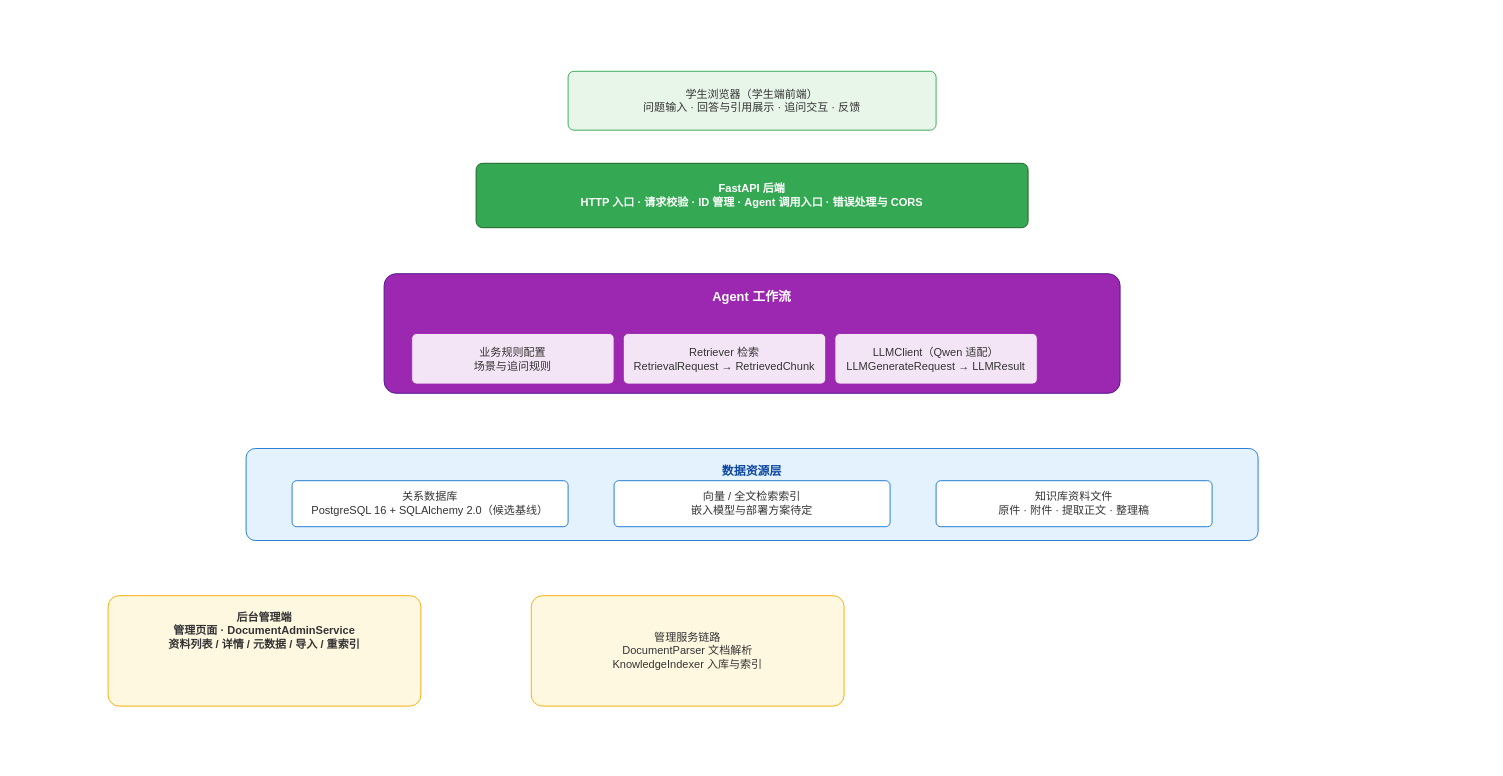
Above: docs/assignment-03/alpha/architecture/目标系统架构图_林世颖.drawio in yz-Yezi-Genm/CodeMind-FZU (draw.io), before the change. Source tidied: cells renumbered, new cells numbered last; positions are measured from the earlier drawing's top-left corner, leaving out a move shared by most shapes. Both pictures are drawn from the tidied source at 92%, with x=0, y=0 at pixel (108, 71).
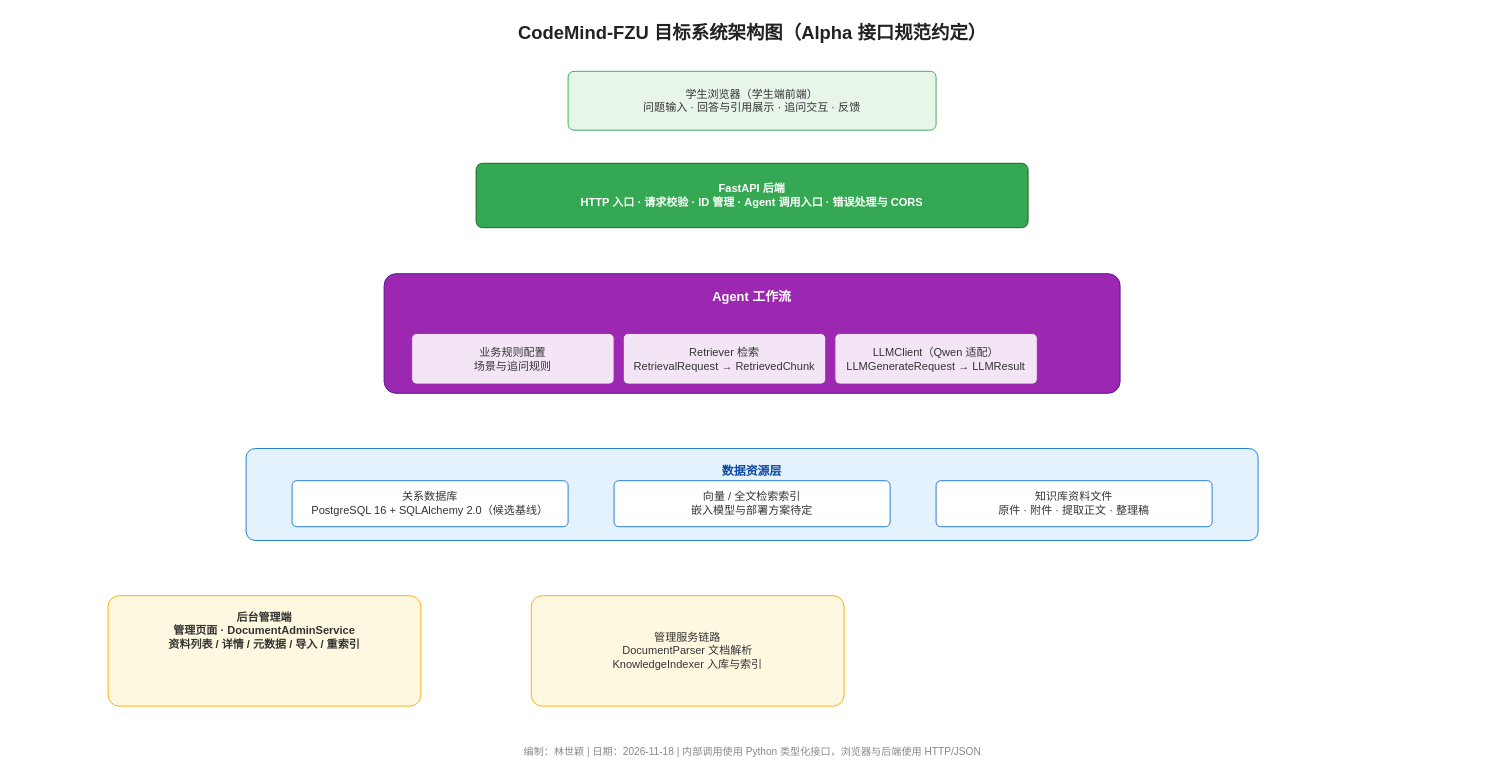
Above is the later version.

Commit message:
docs(alpha): 更新目标系统架构图源文件（林世颖）

What changed in the source:
```diff
@@
 <mxGraphModel>
   <root>
     <mxCell id="0" />
     <mxCell id="1" parent="0" />
+    <mxCell id="19" value="CodeMind-FZU 目标系统架构图（Alpha 接口规范约定）" style="text;html=1;align=center;verticalAlign=middle;fontSize=20;fontStyle=1;fontColor=#222222;" parent="1" vertex="1">
+      <mxGeometry x="-100" y="-60" width="1600" height="34" as="geometry" />
+    </mxCell>
     <mxCell id="2" value="学生浏览器（学生端前端）&#10;问题输入 · 回答与引用展示 · 追问交互 · 反馈" style="rounded=1;whiteSpace=wrap;html=1;arcSize=10;fillColor=#e8f5e9;strokeColor=#34a853;fontColor=#333333;fontSize=12;" parent="1" vertex="1">
       <mxGeometry x="500" width="400" height="64" as="geometry" />
     </mxCell>
     <mxCell id="3" value="FastAPI 后端&#10;HTTP 入口 · 请求校验 · ID 管理 · Agent 调用入口 · 错误处理与 CORS" style="rounded=1;whiteSpace=wrap;html=1;arcSize=10;fillColor=#34a853;strokeColor=#1b5e20;fontColor=#ffffff;fontSize=12;fontStyle=1;" parent="1" vertex="1">
       <mxGeometry x="400" y="100" width="600" height="70" as="geometry" />
     </mxCell>
     <mxCell id="4" value="Agent 工作流" style="rounded=1;whiteSpace=wrap;html=1;arcSize=10;fillColor=#9c27b0;strokeColor=#4a148c;fontColor=#ffffff;fontSize=14;fontStyle=1;verticalAlign=top;spacingTop=10;" parent="1" vertex="1">
       <mxGeometry x="300" y="220" width="800" height="130" as="geometry" />
     </mxCell>
     <mxCell id="5" value="业务规则配置&#10;场景与追问规则" style="rounded=1;whiteSpace=wrap;html=1;arcSize=10;fillColor=#f3e5f5;strokeColor=#9c27b0;fontColor=#333333;fontSize=12;" parent="1" vertex="1">
       <mxGeometry x="330" y="285" width="220" height="55" as="geometry" />
     </mxCell>
     <mxCell id="6" value="Retriever 检索&#10;RetrievalRequest → RetrievedChunk" style="rounded=1;whiteSpace=wrap;html=1;arcSize=10;fillColor=#f3e5f5;strokeColor=#9c27b0;fontColor=#333333;fontSize=12;" parent="1" vertex="1">
       <mxGeometry x="560" y="285" width="220" height="55" as="geometry" />
     </mxCell>
     <mxCell id="7" value="LLMClient（Qwen 适配）&#10;LLMGenerateRequest → LLMResult" style="rounded=1;whiteSpace=wrap;html=1;arcSize=10;fillColor=#f3e5f5;strokeColor=#9c27b0;fontColor=#333333;fontSize=12;" parent="1" vertex="1">
       <mxGeometry x="790" y="285" width="220" height="55" as="geometry" />
     </mxCell>
     <mxCell id="8" value="数据资源层" style="rounded=1;whiteSpace=wrap;html=1;arcSize=10;fillColor=#e3f2fd;strokeColor=#1976d2;fontColor=#0d47a1;fontSize=13;fontStyle=1;verticalAlign=top;spacingTop=10;" parent="1" vertex="1">
       <mxGeometry x="150" y="410" width="1100" height="100" as="geometry" />
     </mxCell>
     <mxCell id="9" value="关系数据库&#10;PostgreSQL 16 + SQLAlchemy 2.0（候选基线）" style="rounded=1;whiteSpace=wrap;html=1;arcSize=10;fillColor=#ffffff;strokeColor=#1976d2;fontColor=#333333;fontSize=12;" parent="1" vertex="1">
       <mxGeometry x="200" y="445" width="300" height="50" as="geometry" />
     </mxCell>
     <mxCell id="10" value="向量 / 全文检索索引&#10;嵌入模型与部署方案待定" style="rounded=1;whiteSpace=wrap;html=1;arcSize=10;fillColor=#ffffff;strokeColor=#1976d2;fontColor=#333333;fontSize=12;" parent="1" vertex="1">
       <mxGeometry x="550" y="445" width="300" height="50" as="geometry" />
     </mxCell>
     <mxCell id="11" value="知识库资料文件&#10;原件 · 附件 · 提取正文 · 整理稿" style="rounded=1;whiteSpace=wrap;html=1;arcSize=10;fillColor=#ffffff;strokeColor=#1976d2;fontColor=#333333;fontSize=12;" parent="1" vertex="1">
       <mxGeometry x="900" y="445" width="300" height="50" as="geometry" />
     </mxCell>
     <mxCell id="12" value="后台管理端&#10;管理页面 · DocumentAdminService&#10;资料列表 / 详情 / 元数据 / 导入 / 重索引" style="rounded=1;whiteSpace=wrap;html=1;arcSize=10;fillColor=#fff8e1;strokeColor=#f9ab00;fontColor=#333333;fontSize=12;fontStyle=1;verticalAlign=top;spacingTop=10;" parent="1" vertex="1">
       <mxGeometry y="570" width="340" height="120" as="geometry" />
     </mxCell>
     <mxCell id="13" value="管理服务链路&#10;DocumentParser 文档解析&#10;KnowledgeIndexer 入库与索引" style="rounded=1;whiteSpace=wrap;html=1;arcSize=10;fillColor=#fff8e1;strokeColor=#f9ab00;fontColor=#333333;fontSize=12;" parent="1" vertex="1">
       <mxGeometry x="460" y="570" width="340" height="120" as="geometry" />
     </mxCell>
     <mxCell id="14" style="endArrow=none;html=1;strokeColor=#34a853;" parent="1" edge="1" />
     <mxCell id="15" style="endArrow=none;html=1;strokeColor=#34a853;" parent="1" edge="1" />
     <mxCell id="16" style="endArrow=none;html=1;strokeColor=#9c27b0;" parent="1" edge="1" />
     <mxCell id="17" style="endArrow=none;html=1;strokeColor=#f9ab00;" parent="1" edge="1" />
     <mxCell id="18" style="endArrow=none;html=1;strokeColor=#f9ab00;" parent="1" edge="1" />
+    <mxCell id="20" value="编制：林世颖 | 日期：2026-11-18 | 内部调用使用 Python 类型化接口，浏览器与后端使用 HTTP/JSON" style="text;html=1;align=center;verticalAlign=middle;fontSize=11;fontColor=#888888;" parent="1" vertex="1">
+      <mxGeometry x="-100" y="730" width="1600" height="20" as="geometry" />
+    </mxCell>
   </root>
 </mxGraphModel>
```
